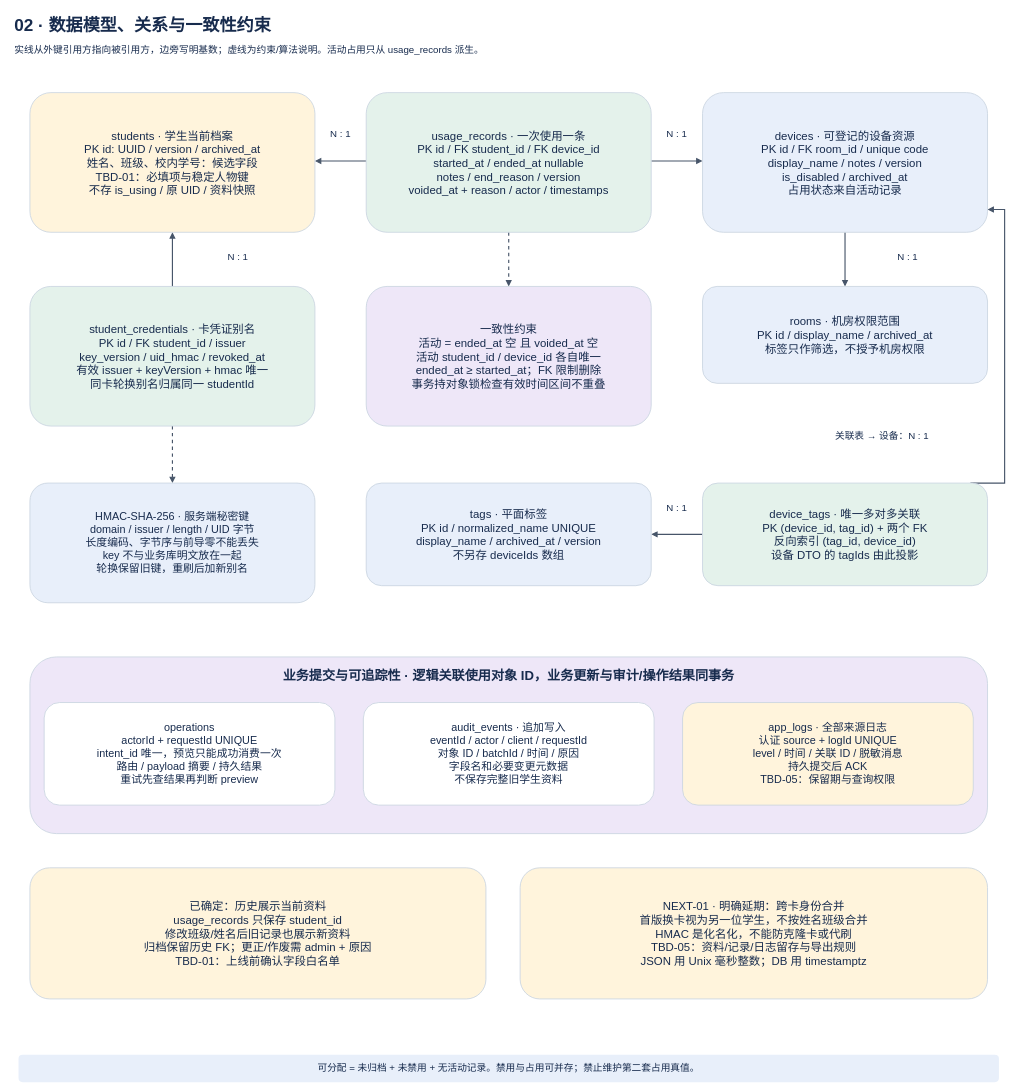
Above: page "02 · 数据模型、关系与一致性约束" (2 of 8) of record-only/docs/architecture.drawio in lmyzzzz/cyez-library-management (draw.io), before the change. Source tidied: cells renumbered, new cells numbered last; positions are measured from the earlier drawing's top-left corner, leaving out a move shared by most shapes. Both pictures are drawn from the tidied source at 57%, with x=0, y=0 at pixel (10, 10).
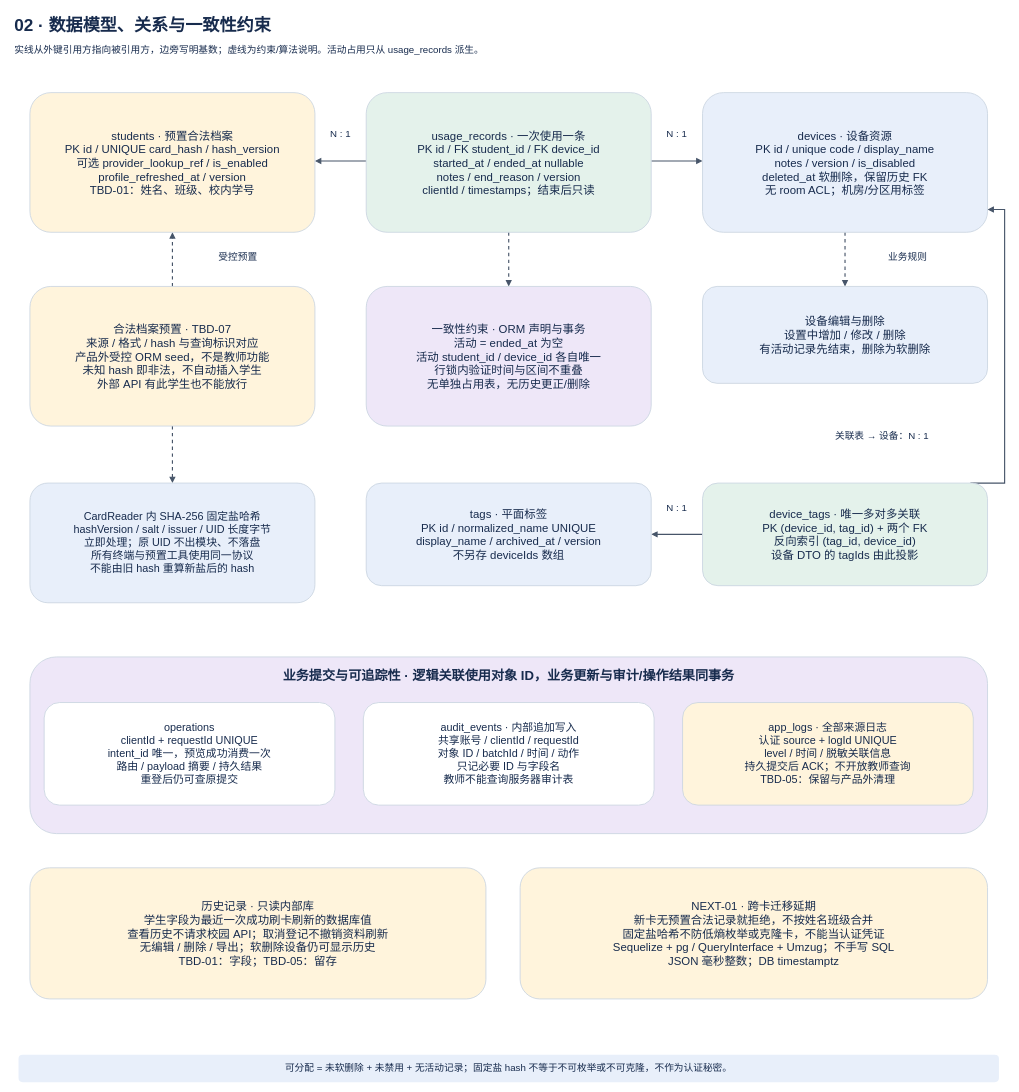
The same page after the edit.

What changed in the source:
```diff
@@
-    <mxCell id="5" style="edgeStyle=none;rounded=0;html=0;strokeColor=#475569;strokeWidth=2;endArrow=block;endFill=1;startArrow=none;startFill=1;dashed=0;exitX=0.5;exitY=0.0;exitPerimeter=0;entryX=0.5;entryY=1.0;entryPerimeter=0;" parent="1" edge="1" source="18" target="13">
+    <mxCell id="5" style="edgeStyle=none;rounded=0;html=0;strokeColor=#475569;strokeWidth=2;endArrow=block;endFill=1;startArrow=none;startFill=1;dashed=1;exitX=0.5;exitY=0.0;exitPerimeter=0;entryX=0.5;entryY=1.0;entryPerimeter=0;" parent="1" edge="1" source="18" target="13">
       <mxGeometry relative="1" as="geometry" />
     </mxCell>
-    <mxCell id="6" style="edgeStyle=none;rounded=0;html=0;strokeColor=#475569;strokeWidth=2;endArrow=block;endFill=1;startArrow=none;startFill=1;dashed=0;exitX=0.5;exitY=1.0;exitPerimeter=0;entryX=0.5;entryY=0.0;entryPerimeter=0;" parent="1" edge="1" source="15" target="20">
-      <mxGeometry relative="1" as="geometry" />
-    </mxCell>
+    <mxCell id="35" style="edgeStyle=none;rounded=0;html=0;strokeColor=#475569;strokeWidth=2;endArrow=block;endFill=1;startArrow=none;startFill=1;dashed=1;exitX=0.5;exitY=1.0;exitPerimeter=0;entryX=0.5;entryY=0.0;entryPerimeter=0;" parent="1" edge="1" source="15" target="37">
+      <mxGeometry relative="1" as="geometry" />
+    </mxCell>
@@
-    <mxCell id="10" style="edgeStyle=none;rounded=0;html=0;strokeColor=#475569;strokeWidth=2;endArrow=block;endFill=1;startArrow=none;startFill=1;dashed=1;exitX=0.5;exitY=1.0;exitPerimeter=0;entryX=0.5;entryY=0.0;entryPerimeter=0;" parent="1" edge="1" source="18" target="23">
-      <mxGeometry relative="1" as="geometry" />
-    </mxCell>
+    <mxCell id="36" style="edgeStyle=none;rounded=0;html=0;strokeColor=#475569;strokeWidth=2;endArrow=block;endFill=1;startArrow=none;startFill=1;dashed=1;exitX=0.5;exitY=1.0;exitPerimeter=0;entryX=0.5;entryY=0.0;entryPerimeter=0;" parent="1" edge="1" source="18" target="39">
+      <mxGeometry relative="1" as="geometry" />
+    </mxCell>
@@
-    <mxCell id="13" value="students · 学生当前档案&#10;PK id: UUID / version / archived_at&#10;姓名、班级、校内学号：候选字段&#10;TBD-01：必填项与稳定人物键&#10;不存 is_using / 原 UID / 资料快照" style="rounded=1;whiteSpace=wrap;html=0;fillColor=#fff4dc;strokeColor=#cbd5e1;strokeWidth=1.5;fontColor=#172b4d;fontFamily=Microsoft YaHei;fontSize=20;fontStyle=0;align=center;verticalAlign=middle;spacing=8;" parent="1" vertex="1">
+    <mxCell id="13" value="students · 预置合法档案&#10;PK id / UNIQUE card_hash / hash_version&#10;可选 provider_lookup_ref / is_enabled&#10;profile_refreshed_at / version&#10;TBD-01：姓名、班级、校内学号" style="rounded=1;whiteSpace=wrap;html=0;fillColor=#fff4dc;strokeColor=#cbd5e1;strokeWidth=1.5;fontColor=#172b4d;fontFamily=Microsoft YaHei;fontSize=20;fontStyle=0;align=center;verticalAlign=middle;spacing=8;" parent="1" vertex="1">
       <mxGeometry x="35" y="145" width="500" height="245" as="geometry" />
     </mxCell>
-    <mxCell id="14" value="usage_records · 一次使用一条&#10;PK id / FK student_id / FK device_id&#10;started_at / ended_at nullable&#10;notes / end_reason / version&#10;voided_at + reason / actor / timestamps" style="rounded=1;whiteSpace=wrap;html=0;fillColor=#e4f2eb;strokeColor=#cbd5e1;strokeWidth=1.5;fontColor=#172b4d;fontFamily=Microsoft YaHei;fontSize=20;fontStyle=0;align=center;verticalAlign=middle;spacing=8;" parent="1" vertex="1">
+    <mxCell id="14" value="usage_records · 一次使用一条&#10;PK id / FK student_id / FK device_id&#10;started_at / ended_at nullable&#10;notes / end_reason / version&#10;clientId / timestamps；结束后只读" style="rounded=1;whiteSpace=wrap;html=0;fillColor=#e4f2eb;strokeColor=#cbd5e1;strokeWidth=1.5;fontColor=#172b4d;fontFamily=Microsoft YaHei;fontSize=20;fontStyle=0;align=center;verticalAlign=middle;spacing=8;" parent="1" vertex="1">
       <mxGeometry x="625" y="145" width="500" height="245" as="geometry" />
     </mxCell>
-    <mxCell id="15" value="devices · 可登记的设备资源&#10;PK id / FK room_id / unique code&#10;display_name / notes / version&#10;is_disabled / archived_at&#10;占用状态来自活动记录" style="rounded=1;whiteSpace=wrap;html=0;fillColor=#e8effa;strokeColor=#cbd5e1;strokeWidth=1.5;fontColor=#172b4d;fontFamily=Microsoft YaHei;fontSize=20;fontStyle=0;align=center;verticalAlign=middle;spacing=8;" parent="1" vertex="1">
+    <mxCell id="15" value="devices · 设备资源&#10;PK id / unique code / display_name&#10;notes / version / is_disabled&#10;deleted_at 软删除，保留历史 FK&#10;无 room ACL；机房/分区用标签" style="rounded=1;whiteSpace=wrap;html=0;fillColor=#e8effa;strokeColor=#cbd5e1;strokeWidth=1.5;fontColor=#172b4d;fontFamily=Microsoft YaHei;fontSize=20;fontStyle=0;align=center;verticalAlign=middle;spacing=8;" parent="1" vertex="1">
       <mxGeometry x="1215" y="145" width="500" height="245" as="geometry" />
     </mxCell>
@@
-    <mxCell id="18" value="student_credentials · 卡凭证别名&#10;PK id / FK student_id / issuer&#10;key_version / uid_hmac / revoked_at&#10;有效 issuer + keyVersion + hmac 唯一&#10;同卡轮换别名归属同一 studentId" style="rounded=1;whiteSpace=wrap;html=0;fillColor=#e4f2eb;strokeColor=#cbd5e1;strokeWidth=1.5;fontColor=#172b4d;fontFamily=Microsoft YaHei;fontSize=20;fontStyle=0;align=center;verticalAlign=middle;spacing=8;" parent="1" vertex="1">
+    <mxCell id="18" value="合法档案预置 · TBD-07&#10;来源 / 格式 / hash 与查询标识对应&#10;产品外受控 ORM seed，不是教师功能&#10;未知 hash 即非法，不自动插入学生&#10;外部 API 有此学生也不能放行" style="rounded=1;whiteSpace=wrap;html=0;fillColor=#fff4dc;strokeColor=#cbd5e1;strokeWidth=1.5;fontColor=#172b4d;fontFamily=Microsoft YaHei;fontSize=20;fontStyle=0;align=center;verticalAlign=middle;spacing=8;" parent="1" vertex="1">
       <mxGeometry x="35" y="485" width="500" height="245" as="geometry" />
     </mxCell>
-    <mxCell id="19" value="一致性约束&#10;活动 = ended_at 空 且 voided_at 空&#10;活动 student_id / device_id 各自唯一&#10;ended_at ≥ started_at；FK 限制删除&#10;事务持对象锁检查有效时间区间不重叠" style="rounded=1;whiteSpace=wrap;html=0;fillColor=#eee7f8;strokeColor=#cbd5e1;strokeWidth=1.5;fontColor=#172b4d;fontFamily=Microsoft YaHei;fontSize=20;fontStyle=0;align=center;verticalAlign=middle;spacing=8;" parent="1" vertex="1">
+    <mxCell id="19" value="一致性约束 · ORM 声明与事务&#10;活动 = ended_at 为空&#10;活动 student_id / device_id 各自唯一&#10;行锁内验证时间与区间不重叠&#10;无单独占用表，无历史更正/删除" style="rounded=1;whiteSpace=wrap;html=0;fillColor=#eee7f8;strokeColor=#cbd5e1;strokeWidth=1.5;fontColor=#172b4d;fontFamily=Microsoft YaHei;fontSize=20;fontStyle=0;align=center;verticalAlign=middle;spacing=8;" parent="1" vertex="1">
       <mxGeometry x="625" y="485" width="500" height="245" as="geometry" />
     </mxCell>
-    <mxCell id="20" value="rooms · 机房权限范围&#10;PK id / display_name / archived_at&#10;标签只作筛选，不授予机房权限" style="rounded=1;whiteSpace=wrap;html=0;fillColor=#e8effa;strokeColor=#cbd5e1;strokeWidth=1.5;fontColor=#172b4d;fontFamily=Microsoft YaHei;fontSize=20;fontStyle=0;align=center;verticalAlign=middle;spacing=8;" parent="1" vertex="1">
-      <mxGeometry x="1215" y="485" width="500" height="170" as="geometry" />
-    </mxCell>
+    <mxCell id="37" value="设备编辑与删除&#10;设置中增加 / 修改 / 删除&#10;有活动记录先结束，删除为软删除" style="rounded=1;whiteSpace=wrap;html=0;fillColor=#e8effa;strokeColor=#cbd5e1;strokeWidth=1.5;fontColor=#172b4d;fontFamily=Microsoft YaHei;fontSize=20;fontStyle=0;align=center;verticalAlign=middle;spacing=8;" parent="1" vertex="1">
+      <mxGeometry x="1215" y="485" width="500" height="170" as="geometry" />
+    </mxCell>
-    <mxCell id="21" value="N : 1" style="rounded=1;whiteSpace=wrap;html=0;fillColor=none;strokeColor=none;strokeWidth=1.5;fontColor=#172b4d;fontFamily=Microsoft YaHei;fontSize=17;fontStyle=0;align=center;verticalAlign=middle;spacing=8;" parent="1" vertex="1">
+    <mxCell id="21" value="受控预置" style="rounded=1;whiteSpace=wrap;html=0;fillColor=none;strokeColor=none;strokeWidth=1.5;fontColor=#172b4d;fontFamily=Microsoft YaHei;fontSize=17;fontStyle=0;align=center;verticalAlign=middle;spacing=8;" parent="1" vertex="1">
       <mxGeometry x="300" y="412" width="200" height="45" as="geometry" />
     </mxCell>
-    <mxCell id="22" value="N : 1" style="rounded=1;whiteSpace=wrap;html=0;fillColor=none;strokeColor=none;strokeWidth=1.5;fontColor=#172b4d;fontFamily=Microsoft YaHei;fontSize=17;fontStyle=0;align=center;verticalAlign=middle;spacing=8;" parent="1" vertex="1">
-      <mxGeometry x="1475" y="412" width="200" height="45" as="geometry" />
-    </mxCell>
-    <mxCell id="23" value="HMAC-SHA-256 · 服务端秘密键&#10;domain / issuer / length / UID 字节&#10;长度编码、字节序与前导零不能丢失&#10;key 不与业务库明文放在一起&#10;轮换保留旧键，重刷后加新别名" style="rounded=1;whiteSpace=wrap;html=0;fillColor=#e8effa;strokeColor=#cbd5e1;strokeWidth=1.5;fontColor=#172b4d;fontFamily=Microsoft YaHei;fontSize=19;fontStyle=0;align=center;verticalAlign=middle;spacing=8;" parent="1" vertex="1">
-      <mxGeometry x="35" y="830" width="500" height="210" as="geometry" />
-    </mxCell>
+    <mxCell id="38" value="业务规则" style="rounded=1;whiteSpace=wrap;html=0;fillColor=none;strokeColor=none;strokeWidth=1.5;fontColor=#172b4d;fontFamily=Microsoft YaHei;fontSize=17;fontStyle=0;align=center;verticalAlign=middle;spacing=8;" parent="1" vertex="1">
+      <mxGeometry x="1475" y="412" width="200" height="45" as="geometry" />
+    </mxCell>
+    <mxCell id="39" value="CardReader 内 SHA-256 固定盐哈希&#10;hashVersion / salt / issuer / UID 长度字节&#10;立即处理；原 UID 不出模块、不落盘&#10;所有终端与预置工具使用同一协议&#10;不能由旧 hash 重算新盐后的 hash" style="rounded=1;whiteSpace=wrap;html=0;fillColor=#e8effa;strokeColor=#cbd5e1;strokeWidth=1.5;fontColor=#172b4d;fontFamily=Microsoft YaHei;fontSize=19;fontStyle=0;align=center;verticalAlign=middle;spacing=8;" parent="1" vertex="1">
+      <mxGeometry x="35" y="830" width="500" height="210" as="geometry" />
+    </mxCell>
@@
-    <mxCell id="29" value="operations&#10;actorId + requestId UNIQUE&#10;intent_id 唯一，预览只能成功消费一次&#10;路由 / payload 摘要 / 持久结果&#10;重试先查结果再判断 preview" style="rounded=1;whiteSpace=wrap;html=0;fillColor=#ffffff;strokeColor=#cbd5e1;strokeWidth=1.5;fontColor=#172b4d;fontFamily=Microsoft YaHei;fontSize=19;fontStyle=0;align=center;verticalAlign=middle;spacing=8;" parent="1" vertex="1">
+    <mxCell id="29" value="operations&#10;clientId + requestId UNIQUE&#10;intent_id 唯一，预览成功消费一次&#10;路由 / payload 摘要 / 持久结果&#10;重登后仍可查原提交" style="rounded=1;whiteSpace=wrap;html=0;fillColor=#ffffff;strokeColor=#cbd5e1;strokeWidth=1.5;fontColor=#172b4d;fontFamily=Microsoft YaHei;fontSize=19;fontStyle=0;align=center;verticalAlign=middle;spacing=8;" parent="1" vertex="1">
       <mxGeometry x="60" y="1215" width="510" height="180" as="geometry" />
     </mxCell>
-    <mxCell id="30" value="audit_events · 追加写入&#10;eventId / actor / client / requestId&#10;对象 ID / batchId / 时间 / 原因&#10;字段名和必要变更元数据&#10;不保存完整旧学生资料" style="rounded=1;whiteSpace=wrap;html=0;fillColor=#ffffff;strokeColor=#cbd5e1;strokeWidth=1.5;fontColor=#172b4d;fontFamily=Microsoft YaHei;fontSize=19;fontStyle=0;align=center;verticalAlign=middle;spacing=8;" parent="1" vertex="1">
+    <mxCell id="30" value="audit_events · 内部追加写入&#10;共享账号 / clientId / requestId&#10;对象 ID / batchId / 时间 / 动作&#10;只记必要 ID 与字段名&#10;教师不能查询服务器审计表" style="rounded=1;whiteSpace=wrap;html=0;fillColor=#ffffff;strokeColor=#cbd5e1;strokeWidth=1.5;fontColor=#172b4d;fontFamily=Microsoft YaHei;fontSize=19;fontStyle=0;align=center;verticalAlign=middle;spacing=8;" parent="1" vertex="1">
       <mxGeometry x="620" y="1215" width="510" height="180" as="geometry" />
     </mxCell>
-    <mxCell id="31" value="app_logs · 全部来源日志&#10;认证 source + logId UNIQUE&#10;level / 时间 / 关联 ID / 脱敏消息&#10;持久提交后 ACK&#10;TBD-05：保留期与查询权限" style="rounded=1;whiteSpace=wrap;html=0;fillColor=#fff4dc;strokeColor=#cbd5e1;strokeWidth=1.5;fontColor=#172b4d;fontFamily=Microsoft YaHei;fontSize=19;fontStyle=0;align=center;verticalAlign=middle;spacing=8;" parent="1" vertex="1">
+    <mxCell id="31" value="app_logs · 全部来源日志&#10;认证 source + logId UNIQUE&#10;level / 时间 / 脱敏关联信息&#10;持久提交后 ACK；不开放教师查询&#10;TBD-05：保留与产品外清理" style="rounded=1;whiteSpace=wrap;html=0;fillColor=#fff4dc;strokeColor=#cbd5e1;strokeWidth=1.5;fontColor=#172b4d;fontFamily=Microsoft YaHei;fontSize=19;fontStyle=0;align=center;verticalAlign=middle;spacing=8;" parent="1" vertex="1">
       <mxGeometry x="1180" y="1215" width="510" height="180" as="geometry" />
     </mxCell>
-    <mxCell id="32" value="已确定：历史展示当前资料&#10;usage_records 只保存 student_id&#10;修改班级/姓名后旧记录也展示新资料&#10;归档保留历史 FK；更正/作废需 admin + 原因&#10;TBD-01：上线前确认字段白名单" style="rounded=1;whiteSpace=wrap;html=0;fillColor=#fff4dc;strokeColor=#cbd5e1;strokeWidth=1.5;fontColor=#172b4d;fontFamily=Microsoft YaHei;fontSize=20;fontStyle=0;align=center;verticalAlign=middle;spacing=8;" parent="1" vertex="1">
+    <mxCell id="32" value="历史记录 · 只读内部库&#10;学生字段为最近一次成功刷卡刷新的数据库值&#10;查看历史不请求校园 API；取消登记不撤销资料刷新&#10;无编辑 / 删除 / 导出；软删除设备仍可显示历史&#10;TBD-01：字段；TBD-05：留存" style="rounded=1;whiteSpace=wrap;html=0;fillColor=#fff4dc;strokeColor=#cbd5e1;strokeWidth=1.5;fontColor=#172b4d;fontFamily=Microsoft YaHei;fontSize=20;fontStyle=0;align=center;verticalAlign=middle;spacing=8;" parent="1" vertex="1">
       <mxGeometry x="35" y="1505" width="800" height="230" as="geometry" />
     </mxCell>
-    <mxCell id="33" value="NEXT-01 · 明确延期：跨卡身份合并&#10;首版换卡视为另一位学生，不按姓名班级合并&#10;HMAC 是化名化，不能防克隆卡或代刷&#10;TBD-05：资料/记录/日志留存与导出规则&#10;JSON 用 Unix 毫秒整数；DB 用 timestamptz" style="rounded=1;whiteSpace=wrap;html=0;fillColor=#fff4dc;strokeColor=#cbd5e1;strokeWidth=1.5;fontColor=#172b4d;fontFamily=Microsoft YaHei;fontSize=20;fontStyle=0;align=center;verticalAlign=middle;spacing=8;" parent="1" vertex="1">
+    <mxCell id="33" value="NEXT-01 · 跨卡迁移延期&#10;新卡无预置合法记录就拒绝，不按姓名班级合并&#10;固定盐哈希不防低熵枚举或克隆卡，不能当认证凭证&#10;Sequelize + pg / QueryInterface + Umzug；不手写 SQL&#10;JSON 毫秒整数；DB timestamptz" style="rounded=1;whiteSpace=wrap;html=0;fillColor=#fff4dc;strokeColor=#cbd5e1;strokeWidth=1.5;fontColor=#172b4d;fontFamily=Microsoft YaHei;fontSize=20;fontStyle=0;align=center;verticalAlign=middle;spacing=8;" parent="1" vertex="1">
       <mxGeometry x="895" y="1505" width="820" height="230" as="geometry" />
     </mxCell>
-    <mxCell id="34" value="可分配 = 未归档 + 未禁用 + 无活动记录。禁用与占用可并存；禁止维护第二套占用真值。" style="rounded=1;whiteSpace=wrap;html=0;fillColor=#e8effa;strokeColor=none;strokeWidth=1.5;fontColor=#172b4d;fontFamily=Microsoft YaHei;fontSize=17;fontStyle=0;align=center;verticalAlign=middle;spacing=8;" parent="1" vertex="1">
+    <mxCell id="34" value="可分配 = 未软删除 + 未禁用 + 无活动记录；固定盐 hash 不等于不可枚举或不可克隆，不作为认证秘密。" style="rounded=1;whiteSpace=wrap;html=0;fillColor=#e8effa;strokeColor=none;strokeWidth=1.5;fontColor=#172b4d;fontFamily=Microsoft YaHei;fontSize=17;fontStyle=0;align=center;verticalAlign=middle;spacing=8;" parent="1" vertex="1">
       <mxGeometry x="15" y="1833" width="1720" height="48" as="geometry" />
     </mxCell>
```
